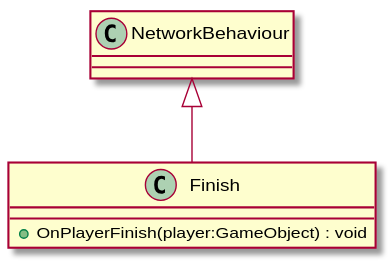
This is UML/Level/Finish.svg from David-Denny/COMP3013-Team7, a PlantUML export, as it was before one commit.
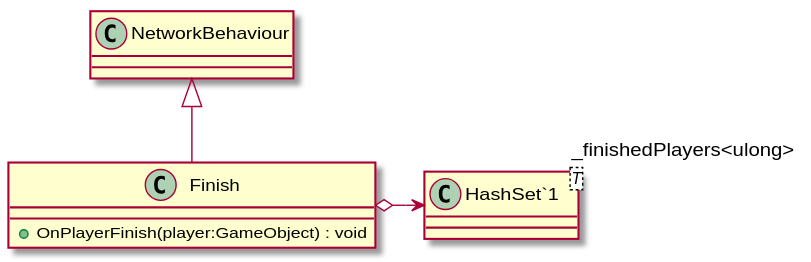
After the commit.

What changed in the source:
```diff
@@ -2,5 +2,8 @@
 class Finish {
     + OnPlayerFinish(player:GameObject) : void
 }
+class "HashSet`1"<T> {
+}
 NetworkBehaviour <|-- Finish
+Finish o-> "_finishedPlayers<ulong>" "HashSet`1"
 @enduml
```
